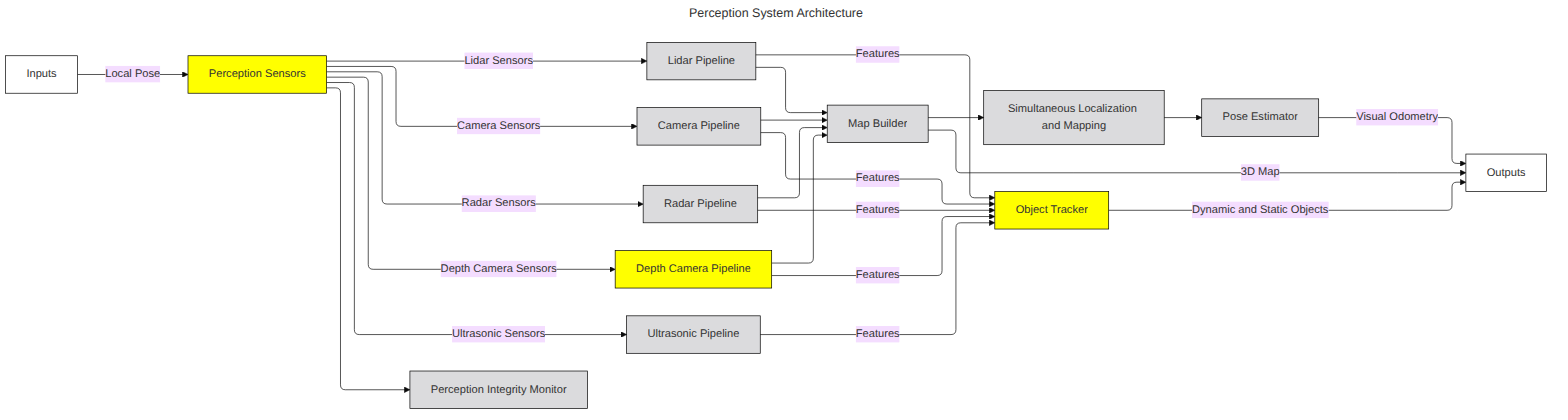
Above: Systems/Perception/doc/mermaid/PerceptionSystemArchitecture.png in fastrobotics/robot_framework (Mermaid), before the change. Its source is kept beside it as Systems/Perception/doc/mermaid/PerceptionSystemArchitecture.mmd.
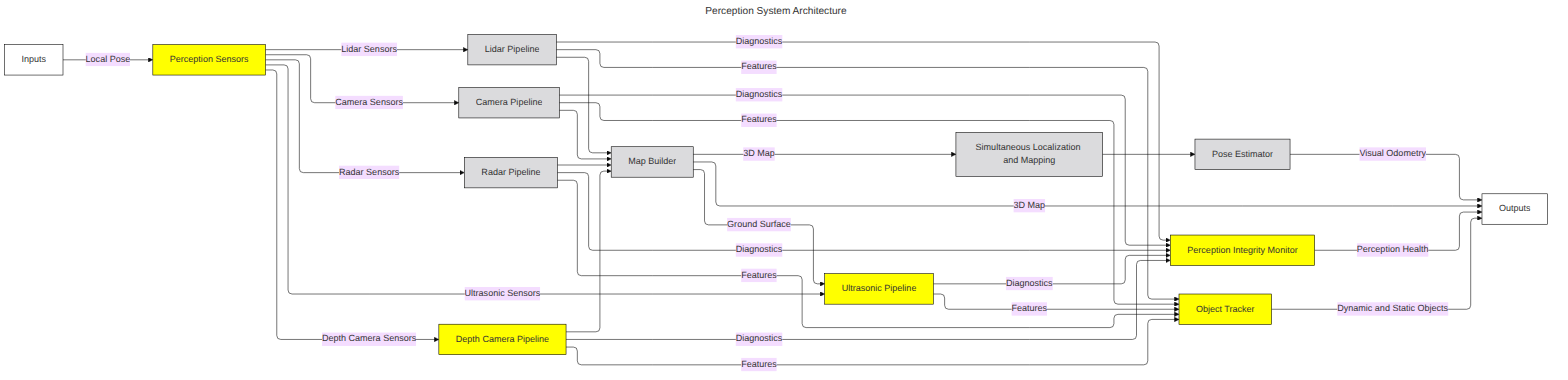
The same file after the commit.

What changed in the source:
```diff
@@ -55,13 +55,18 @@
     PerceptionSensors --> | Radar Sensors | RadarPipeline
     PerceptionSensors --> | Depth Camera Sensors | DepthCameraPipeline
     PerceptionSensors --> | Ultrasonic Sensors | UltrasonicPipeline
-    PerceptionSensors --> PerceptionIntegrityMonitor
+    LidarPipeline --> | Diagnostics | PerceptionIntegrityMonitor
+    CameraPipeline --> | Diagnostics | PerceptionIntegrityMonitor
+    RadarPipeline --> | Diagnostics | PerceptionIntegrityMonitor
+    DepthCameraPipeline --> | Diagnostics | PerceptionIntegrityMonitor
+    UltrasonicPipeline --> | Diagnostics | PerceptionIntegrityMonitor
 
     LidarPipeline --> MapBuilder
     CameraPipeline --> MapBuilder
     RadarPipeline --> MapBuilder
     DepthCameraPipeline --> MapBuilder
-    MapBuilder --> SLAM
+    MapBuilder --> | 3D Map | SLAM
+    MapBuilder --> | Ground Surface | UltrasonicPipeline
     SLAM --> PoseEstimator
 
     LidarPipeline --> | Features | ObjectTracker
@@ -72,10 +77,11 @@
 
     ObjectTracker --> | Dynamic and Static Objects | Outputs
 
+    PerceptionIntegrityMonitor --> | Perception Health | Outputs
     PoseEstimator --> | Visual Odometry | Outputs
     MapBuilder --> | 3D Map | Outputs
 
 
 
     class Inputs,Outputs cssBoundary
-    class PerceptionSensors,DepthCameraPipeline,ObjectTracker cssInvestigating
+    class PerceptionSensors,DepthCameraPipeline,UltrasonicPipeline,ObjectTracker,PerceptionIntegrityMonitor cssInvestigating
```
